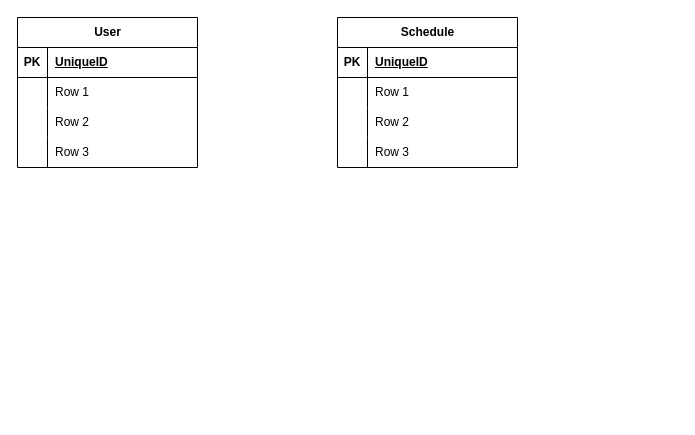
Above: Untitled Diagram.drawio in saif955/Gym-Class-Scheduling-and-Membership-Management-System-Task (draw.io), before the change. Source tidied: cells renumbered, new cells numbered last; positions are measured from the earlier drawing's top-left corner, leaving out a move shared by most shapes. Both pictures are drawn from the tidied source at 100%, with x=0, y=0 at pixel (17, 17).
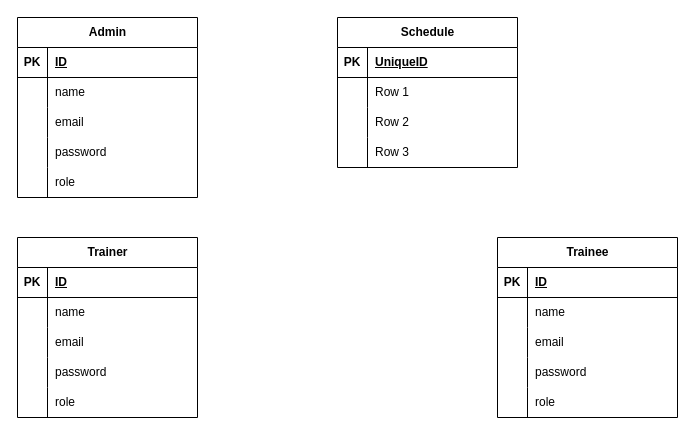
Above is the later version.

The change refers to these unchanged cells:
```xml
<mxCell id="3" style="shape=tableRow;horizontal=0;startSize=0;swimlaneHead=0;swimlaneBody=0;fillColor=none;top=0;left=0;right=0;bottom=1;" parent="2" vertex="1">
  <mxGeometry y="30" width="180" height="30" as="geometry" />
</mxCell>
<mxCell id="6" style="shape=tableRow;horizontal=0;startSize=0;swimlaneHead=0;swimlaneBody=0;fillColor=none;top=0;left=0;right=0;bottom=0;" parent="2" vertex="1">
  <mxGeometry y="60" width="180" height="30" as="geometry" />
</mxCell>
<mxCell id="9" style="shape=tableRow;horizontal=0;startSize=0;swimlaneHead=0;swimlaneBody=0;fillColor=none;top=0;left=0;right=0;bottom=0;" parent="2" vertex="1">
  <mxGeometry y="90" width="180" height="30" as="geometry" />
</mxCell>
<mxCell id="12" style="shape=tableRow;horizontal=0;startSize=0;swimlaneHead=0;swimlaneBody=0;fillColor=none;top=0;left=0;right=0;bottom=0;" parent="2" vertex="1">
  <mxGeometry y="120" width="180" height="30" as="geometry" />
</mxCell>
```

Diff of the diagram source:
```diff
@@
-    <mxCell id="2" value="User" style="shape=table;startSize=30;childLayout=tableLayout;rowLines=0;fontStyle=1;align=center;html=1;" parent="1" vertex="1">
-      <mxGeometry width="180" height="150" as="geometry" />
+    <mxCell id="2" value="Admin" style="shape=table;startSize=30;childLayout=tableLayout;rowLines=0;fontStyle=1;align=center;html=1;" parent="1" vertex="1">
+      <mxGeometry width="180" height="180" as="geometry" />
     </mxCell>
@@
-    <mxCell id="5" value="UniqueID" style="shape=partialRectangle;fillColor=none;top=0;left=0;bottom=0;right=0;align=left;spacingLeft=6;fontStyle=5;overflow=hidden;whiteSpace=wrap;html=1;" parent="3" vertex="1">
+    <mxCell id="5" value="ID" style="shape=partialRectangle;fillColor=none;top=0;left=0;bottom=0;right=0;align=left;spacingLeft=6;fontStyle=5;overflow=hidden;whiteSpace=wrap;html=1;" parent="3" vertex="1">
       <mxGeometry x="30" width="150" height="30" as="geometry" />
     </mxCell>
@@
-    <mxCell id="8" value="Row 1" style="shape=partialRectangle;fillColor=none;top=0;left=0;bottom=0;right=0;align=left;spacingLeft=6;overflow=hidden;whiteSpace=wrap;html=1;" parent="6" vertex="1">
+    <mxCell id="8" value="name" style="shape=partialRectangle;fillColor=none;top=0;left=0;bottom=0;right=0;align=left;spacingLeft=6;overflow=hidden;whiteSpace=wrap;html=1;" parent="6" vertex="1">
       <mxGeometry x="30" width="150" height="30" as="geometry" />
     </mxCell>
@@
-    <mxCell id="11" value="Row 2" style="shape=partialRectangle;fillColor=none;top=0;left=0;bottom=0;right=0;align=left;spacingLeft=6;overflow=hidden;whiteSpace=wrap;html=1;" parent="9" vertex="1">
+    <mxCell id="11" value="email&lt;span style=&quot;white-space: pre;&quot;&gt;&#9;&lt;/span&gt;" style="shape=partialRectangle;fillColor=none;top=0;left=0;bottom=0;right=0;align=left;spacingLeft=6;overflow=hidden;whiteSpace=wrap;html=1;" parent="9" vertex="1">
       <mxGeometry x="30" width="150" height="30" as="geometry" />
     </mxCell>
@@
-    <mxCell id="14" value="Row 3" style="shape=partialRectangle;fillColor=none;top=0;left=0;bottom=0;right=0;align=left;spacingLeft=6;overflow=hidden;whiteSpace=wrap;html=1;" parent="12" vertex="1">
+    <mxCell id="14" value="password" style="shape=partialRectangle;fillColor=none;top=0;left=0;bottom=0;right=0;align=left;spacingLeft=6;overflow=hidden;whiteSpace=wrap;html=1;" parent="12" vertex="1">
       <mxGeometry x="30" width="150" height="30" as="geometry" />
     </mxCell>
+    <mxCell id="28" style="shape=tableRow;horizontal=0;startSize=0;swimlaneHead=0;swimlaneBody=0;fillColor=none;top=0;left=0;right=0;bottom=0;" parent="2" vertex="1">
+      <mxGeometry y="150" width="180" height="30" as="geometry" />
+    </mxCell>
+    <mxCell id="29" style="shape=partialRectangle;fillColor=none;top=0;left=0;bottom=0;right=0;overflow=hidden;whiteSpace=wrap;html=1;" parent="28" vertex="1">
+      <mxGeometry width="30" height="30" as="geometry" />
+    </mxCell>
+    <mxCell id="30" value="role" style="shape=partialRectangle;fillColor=none;top=0;left=0;bottom=0;right=0;align=left;spacingLeft=6;overflow=hidden;whiteSpace=wrap;html=1;" parent="28" vertex="1">
+      <mxGeometry x="30" width="150" height="30" as="geometry" />
+    </mxCell>
@@
+    <mxCell id="31" value="Trainer" style="shape=table;startSize=30;childLayout=tableLayout;rowLines=0;fontStyle=1;align=center;html=1;" parent="1" vertex="1">
+      <mxGeometry y="220" width="180" height="180" as="geometry" />
+    </mxCell>
+    <mxCell id="32" style="shape=tableRow;horizontal=0;startSize=0;swimlaneHead=0;swimlaneBody=0;fillColor=none;top=0;left=0;right=0;bottom=1;" parent="31" vertex="1">
+      <mxGeometry y="30" width="180" height="30" as="geometry" />
+    </mxCell>
+    <mxCell id="33" value="PK" style="shape=partialRectangle;fillColor=none;top=0;left=0;bottom=0;right=0;fontStyle=1;overflow=hidden;whiteSpace=wrap;html=1;" parent="32" vertex="1">
+      <mxGeometry width="30" height="30" as="geometry" />
+    </mxCell>
+    <mxCell id="34" value="ID" style="shape=partialRectangle;fillColor=none;top=0;left=0;bottom=0;right=0;align=left;spacingLeft=6;fontStyle=5;overflow=hidden;whiteSpace=wrap;html=1;" parent="32" vertex="1">
+      <mxGeometry x="30" width="150" height="30" as="geometry" />
+    </mxCell>
+    <mxCell id="35" style="shape=tableRow;horizontal=0;startSize=0;swimlaneHead=0;swimlaneBody=0;fillColor=none;top=0;left=0;right=0;bottom=0;" parent="31" vertex="1">
+      <mxGeometry y="60" width="180" height="30" as="geometry" />
+    </mxCell>
+    <mxCell id="36" style="shape=partialRectangle;fillColor=none;top=0;left=0;bottom=0;right=0;overflow=hidden;whiteSpace=wrap;html=1;" parent="35" vertex="1">
+      <mxGeometry width="30" height="30" as="geometry" />
+    </mxCell>
+    <mxCell id="37" value="name" style="shape=partialRectangle;fillColor=none;top=0;left=0;bottom=0;right=0;align=left;spacingLeft=6;overflow=hidden;whiteSpace=wrap;html=1;" parent="35" vertex="1">
+      <mxGeometry x="30" width="150" height="30" as="geometry" />
+    </mxCell>
+    <mxCell id="38" style="shape=tableRow;horizontal=0;startSize=0;swimlaneHead=0;swimlaneBody=0;fillColor=none;top=0;left=0;right=0;bottom=0;" parent="31" vertex="1">
+      <mxGeometry y="90" width="180" height="30" as="geometry" />
+    </mxCell>
+    <mxCell id="39" style="shape=partialRectangle;fillColor=none;top=0;left=0;bottom=0;right=0;overflow=hidden;whiteSpace=wrap;html=1;" parent="38" vertex="1">
+      <mxGeometry width="30" height="30" as="geometry" />
+    </mxCell>
+    <mxCell id="40" value="email&lt;span style=&quot;white-space: pre;&quot;&gt;&#9;&lt;/span&gt;" style="shape=partialRectangle;fillColor=none;top=0;left=0;bottom=0;right=0;align=left;spacingLeft=6;overflow=hidden;whiteSpace=wrap;html=1;" parent="38" vertex="1">
+      <mxGeometry x="30" width="150" height="30" as="geometry" />
+    </mxCell>
+    <mxCell id="41" style="shape=tableRow;horizontal=0;startSize=0;swimlaneHead=0;swimlaneBody=0;fillColor=none;top=0;left=0;right=0;bottom=0;" parent="31" vertex="1">
+      <mxGeometry y="120" width="180" height="30" as="geometry" />
+    </mxCell>
+    <mxCell id="42" style="shape=partialRectangle;fillColor=none;top=0;left=0;bottom=0;right=0;overflow=hidden;whiteSpace=wrap;html=1;" parent="41" vertex="1">
+      <mxGeometry width="30" height="30" as="geometry" />
+    </mxCell>
+    <mxCell id="43" value="password" style="shape=partialRectangle;fillColor=none;top=0;left=0;bottom=0;right=0;align=left;spacingLeft=6;overflow=hidden;whiteSpace=wrap;html=1;" parent="41" vertex="1">
+      <mxGeometry x="30" width="150" height="30" as="geometry" />
+    </mxCell>
+    <mxCell id="44" style="shape=tableRow;horizontal=0;startSize=0;swimlaneHead=0;swimlaneBody=0;fillColor=none;top=0;left=0;right=0;bottom=0;" parent="31" vertex="1">
+      <mxGeometry y="150" width="180" height="30" as="geometry" />
+    </mxCell>
+    <mxCell id="45" style="shape=partialRectangle;fillColor=none;top=0;left=0;bottom=0;right=0;overflow=hidden;whiteSpace=wrap;html=1;" parent="44" vertex="1">
+      <mxGeometry width="30" height="30" as="geometry" />
+    </mxCell>
+    <mxCell id="46" value="role" style="shape=partialRectangle;fillColor=none;top=0;left=0;bottom=0;right=0;align=left;spacingLeft=6;overflow=hidden;whiteSpace=wrap;html=1;" parent="44" vertex="1">
+      <mxGeometry x="30" width="150" height="30" as="geometry" />
+    </mxCell>
+    <mxCell id="47" value="Trainee" style="shape=table;startSize=30;childLayout=tableLayout;rowLines=0;fontStyle=1;align=center;html=1;" parent="1" vertex="1">
+      <mxGeometry x="480" y="220" width="180" height="180" as="geometry" />
+    </mxCell>
+    <mxCell id="48" style="shape=tableRow;horizontal=0;startSize=0;swimlaneHead=0;swimlaneBody=0;fillColor=none;top=0;left=0;right=0;bottom=1;" parent="47" vertex="1">
+      <mxGeometry y="30" width="180" height="30" as="geometry" />
+    </mxCell>
+    <mxCell id="49" value="PK" style="shape=partialRectangle;fillColor=none;top=0;left=0;bottom=0;right=0;fontStyle=1;overflow=hidden;whiteSpace=wrap;html=1;" parent="48" vertex="1">
+      <mxGeometry width="30" height="30" as="geometry" />
+    </mxCell>
+    <mxCell id="50" value="ID" style="shape=partialRectangle;fillColor=none;top=0;left=0;bottom=0;right=0;align=left;spacingLeft=6;fontStyle=5;overflow=hidden;whiteSpace=wrap;html=1;" parent="48" vertex="1">
+      <mxGeometry x="30" width="150" height="30" as="geometry" />
+    </mxCell>
+    <mxCell id="51" style="shape=tableRow;horizontal=0;startSize=0;swimlaneHead=0;swimlaneBody=0;fillColor=none;top=0;left=0;right=0;bottom=0;" parent="47" vertex="1">
+      <mxGeometry y="60" width="180" height="30" as="geometry" />
+    </mxCell>
+    <mxCell id="52" style="shape=partialRectangle;fillColor=none;top=0;left=0;bottom=0;right=0;overflow=hidden;whiteSpace=wrap;html=1;" parent="51" vertex="1">
+      <mxGeometry width="30" height="30" as="geometry" />
+    </mxCell>
+    <mxCell id="53" value="name" style="shape=partialRectangle;fillColor=none;top=0;left=0;bottom=0;right=0;align=left;spacingLeft=6;overflow=hidden;whiteSpace=wrap;html=1;" parent="51" vertex="1">
+      <mxGeometry x="30" width="150" height="30" as="geometry" />
+    </mxCell>
+    <mxCell id="54" style="shape=tableRow;horizontal=0;startSize=0;swimlaneHead=0;swimlaneBody=0;fillColor=none;top=0;left=0;right=0;bottom=0;" parent="47" vertex="1">
+      <mxGeometry y="90" width="180" height="30" as="geometry" />
+    </mxCell>
+    <mxCell id="55" style="shape=partialRectangle;fillColor=none;top=0;left=0;bottom=0;right=0;overflow=hidden;whiteSpace=wrap;html=1;" parent="54" vertex="1">
+      <mxGeometry width="30" height="30" as="geometry" />
+    </mxCell>
+    <mxCell id="56" value="email&lt;span style=&quot;white-space: pre;&quot;&gt;&#9;&lt;/span&gt;" style="shape=partialRectangle;fillColor=none;top=0;left=0;bottom=0;right=0;align=left;spacingLeft=6;overflow=hidden;whiteSpace=wrap;html=1;" parent="54" vertex="1">
+      <mxGeometry x="30" width="150" height="30" as="geometry" />
+    </mxCell>
+    <mxCell id="57" style="shape=tableRow;horizontal=0;startSize=0;swimlaneHead=0;swimlaneBody=0;fillColor=none;top=0;left=0;right=0;bottom=0;" parent="47" vertex="1">
+      <mxGeometry y="120" width="180" height="30" as="geometry" />
+    </mxCell>
+    <mxCell id="58" style="shape=partialRectangle;fillColor=none;top=0;left=0;bottom=0;right=0;overflow=hidden;whiteSpace=wrap;html=1;" parent="57" vertex="1">
+      <mxGeometry width="30" height="30" as="geometry" />
+    </mxCell>
+    <mxCell id="59" value="password" style="shape=partialRectangle;fillColor=none;top=0;left=0;bottom=0;right=0;align=left;spacingLeft=6;overflow=hidden;whiteSpace=wrap;html=1;" parent="57" vertex="1">
+      <mxGeometry x="30" width="150" height="30" as="geometry" />
+    </mxCell>
+    <mxCell id="60" style="shape=tableRow;horizontal=0;startSize=0;swimlaneHead=0;swimlaneBody=0;fillColor=none;top=0;left=0;right=0;bottom=0;" parent="47" vertex="1">
+      <mxGeometry y="150" width="180" height="30" as="geometry" />
+    </mxCell>
+    <mxCell id="61" style="shape=partialRectangle;fillColor=none;top=0;left=0;bottom=0;right=0;overflow=hidden;whiteSpace=wrap;html=1;" parent="60" vertex="1">
+      <mxGeometry width="30" height="30" as="geometry" />
+    </mxCell>
+    <mxCell id="62" value="role" style="shape=partialRectangle;fillColor=none;top=0;left=0;bottom=0;right=0;align=left;spacingLeft=6;overflow=hidden;whiteSpace=wrap;html=1;" parent="60" vertex="1">
+      <mxGeometry x="30" width="150" height="30" as="geometry" />
+    </mxCell>
```
